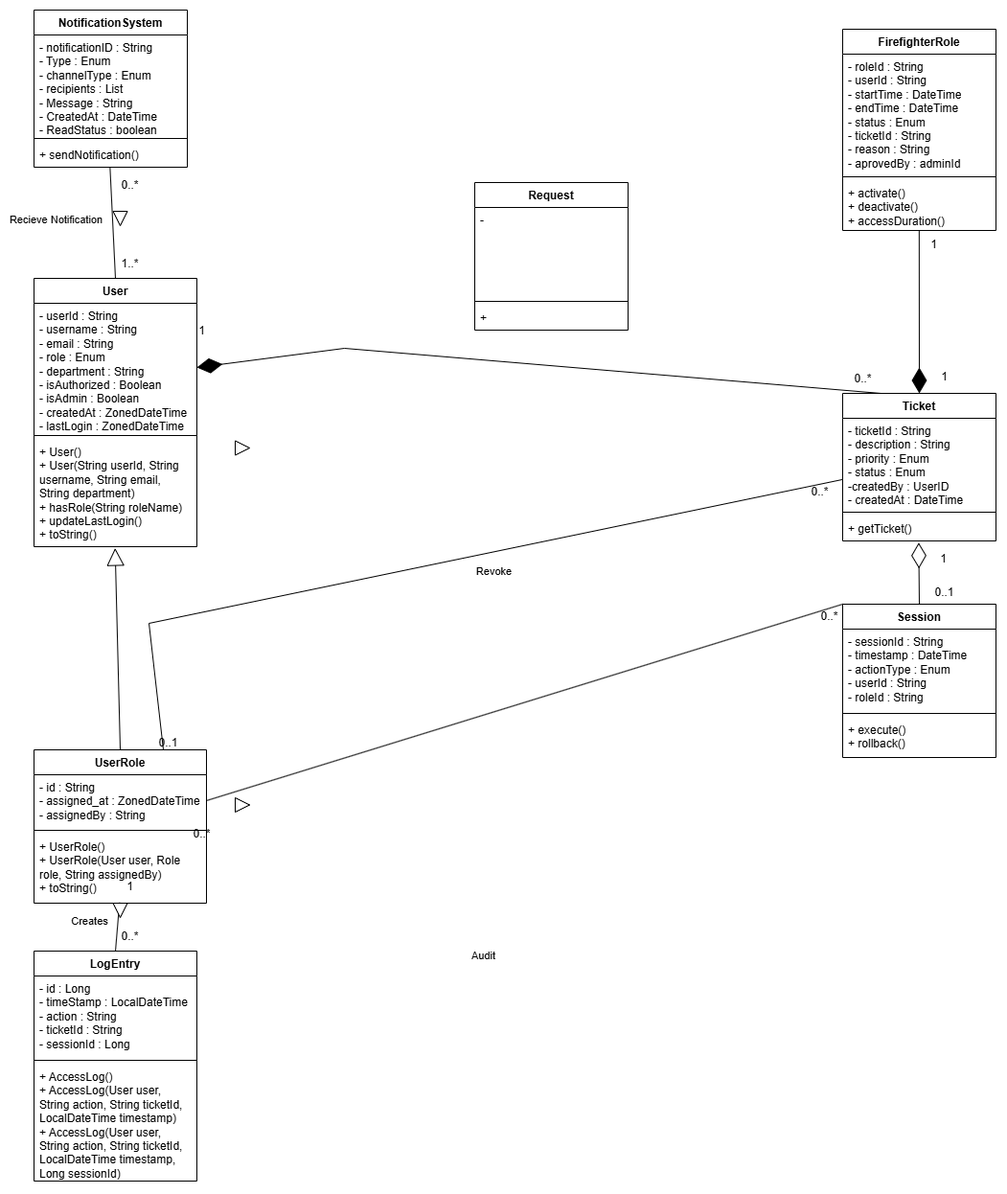
Earlier version of the draw.io export Documentation/Domain Model.png (COS301-SE-2025/Fire-Fighter). Source tidied: cells renumbered, new cells last; positions are measured from the earlier drawing's top-left corner, leaving out a move shared by most shapes.
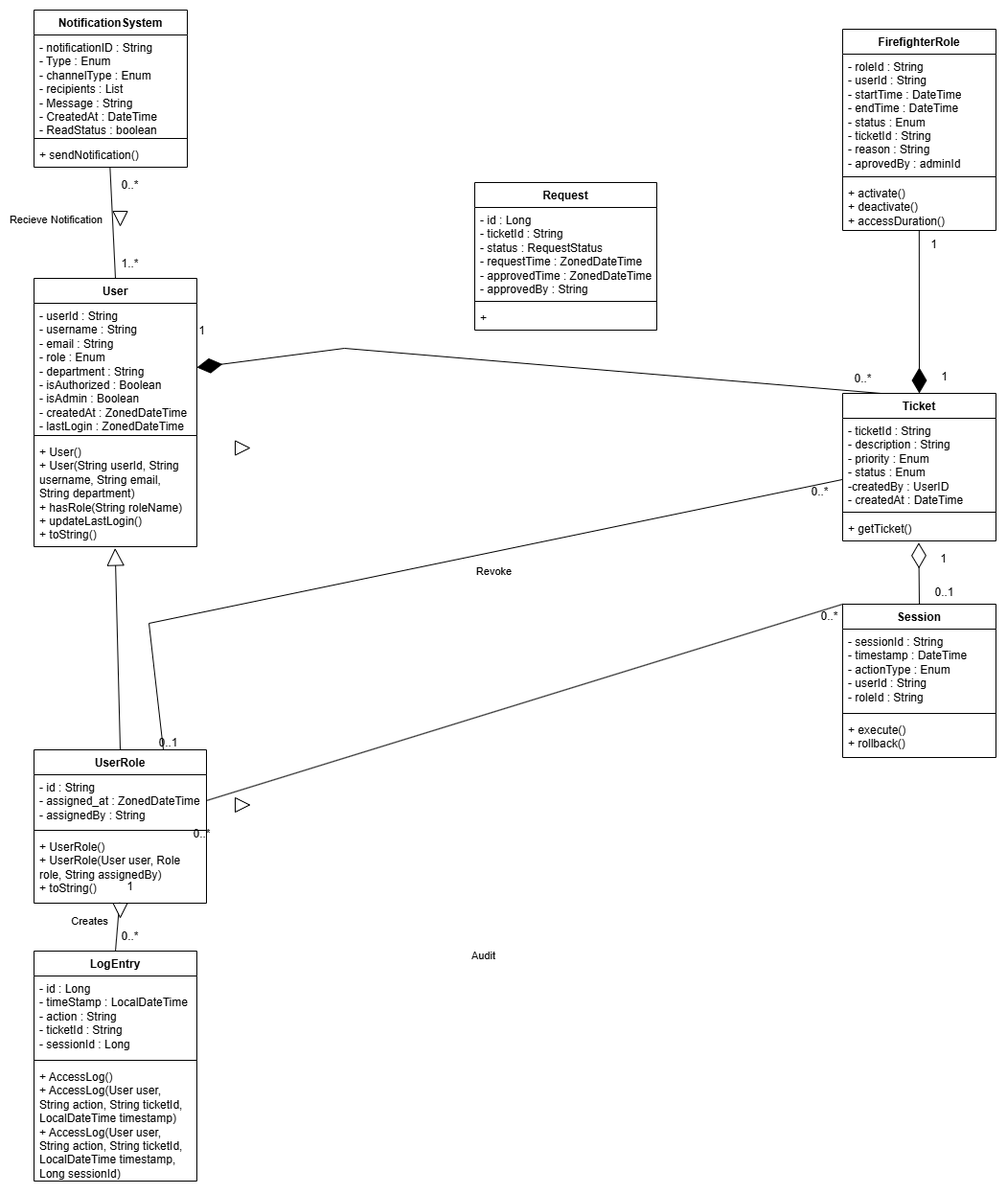
The same diagram one commit later.

The edit, as a diff of the source:
```diff
@@ -193,16 +193,16 @@
       <mxGeometry x="85" y="900" width="30" height="30" as="geometry" />
     </mxCell>
     <mxCell id="60" value="Request" style="swimlane;fontStyle=1;align=center;verticalAlign=top;horizontal=1;startSize=26;whiteSpace=wrap;html=1;" parent="1" vertex="1">
-      <mxGeometry x="460" y="180" width="160" height="154" as="geometry" />
+      <mxGeometry x="460" y="180" width="190" height="154" as="geometry" />
     </mxCell>
-    <mxCell id="61" value="-&amp;nbsp;" style="text;strokeColor=none;fillColor=none;align=left;verticalAlign=top;spacingLeft=4;spacingRight=4;overflow=hidden;whiteSpace=wrap;html=1;" parent="60" vertex="1">
-      <mxGeometry y="26" width="160" height="94" as="geometry" />
+    <mxCell id="61" value="- id : Long&lt;div&gt;-&amp;nbsp;ticketId : String&lt;/div&gt;&lt;div&gt;- status :&amp;nbsp;RequestStatus&lt;/div&gt;&lt;div&gt;- requestTime :&amp;nbsp;ZonedDateTime&lt;/div&gt;&lt;div&gt;-&amp;nbsp;approvedTime : ZonedDateTime&lt;/div&gt;&lt;div&gt;-&amp;nbsp;approvedBy : String&lt;/div&gt;" style="text;strokeColor=none;fillColor=none;align=left;verticalAlign=top;spacingLeft=4;spacingRight=4;overflow=hidden;whiteSpace=wrap;html=1;" parent="60" vertex="1">
+      <mxGeometry y="26" width="190" height="94" as="geometry" />
     </mxCell>
     <mxCell id="62" style="line;strokeWidth=1;fillColor=none;align=left;verticalAlign=middle;spacingTop=-1;spacingLeft=3;spacingRight=3;labelPosition=right;strokeColor=inherit;" parent="60" vertex="1">
-      <mxGeometry y="120" width="160" height="8" as="geometry" />
+      <mxGeometry y="120" width="190" height="8" as="geometry" />
     </mxCell>
     <mxCell id="63" value="+&amp;nbsp;" style="text;strokeColor=none;fillColor=none;align=left;verticalAlign=top;spacingLeft=4;spacingRight=4;overflow=hidden;whiteSpace=wrap;html=1;" parent="60" vertex="1">
-      <mxGeometry y="128" width="160" height="26" as="geometry" />
+      <mxGeometry y="128" width="190" height="26" as="geometry" />
     </mxCell>
   </root>
 </mxGraphModel>
```
